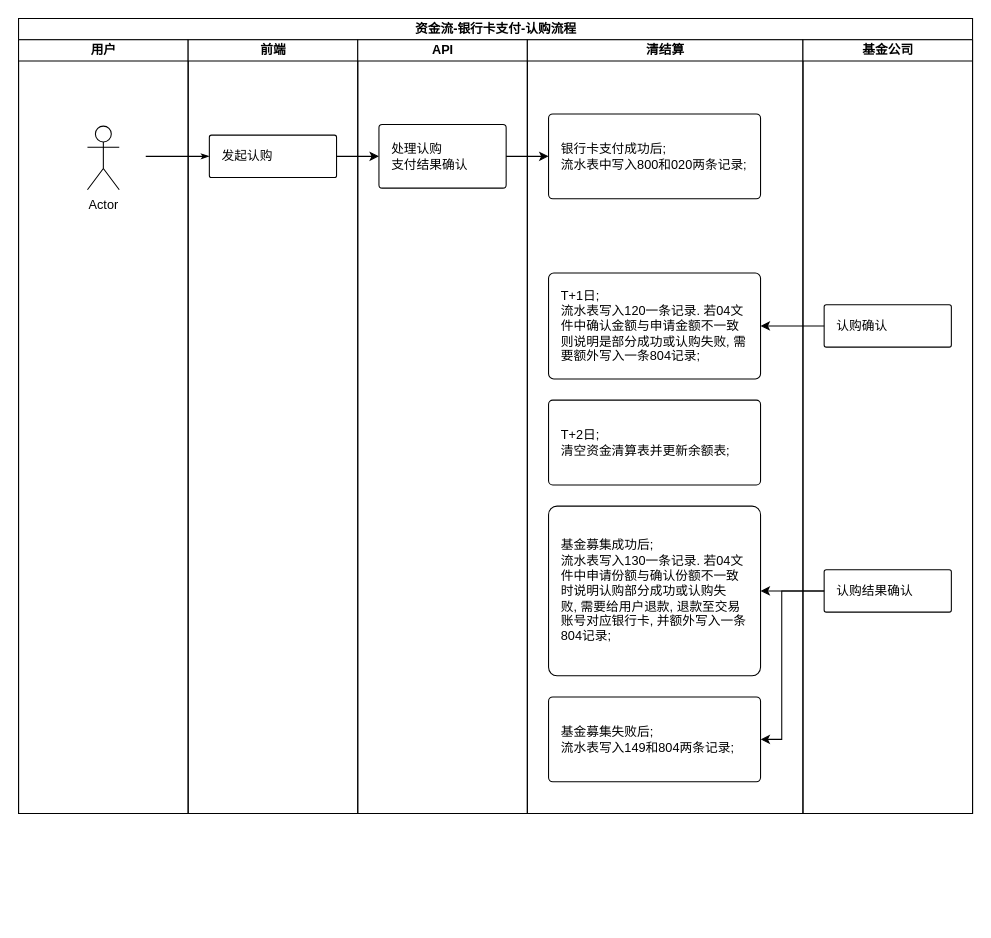
The draw.io diagram page "认购-银行卡支付" (1 of 7) of 2.drawio in xieyx/flow, before the edit. Source tidied: cells renumbered, new cells numbered last; positions are measured from the earlier drawing's top-left corner, leaving out a move shared by most shapes. Both pictures are drawn from the tidied source at 106%, with x=0, y=0 at pixel (18, 18).
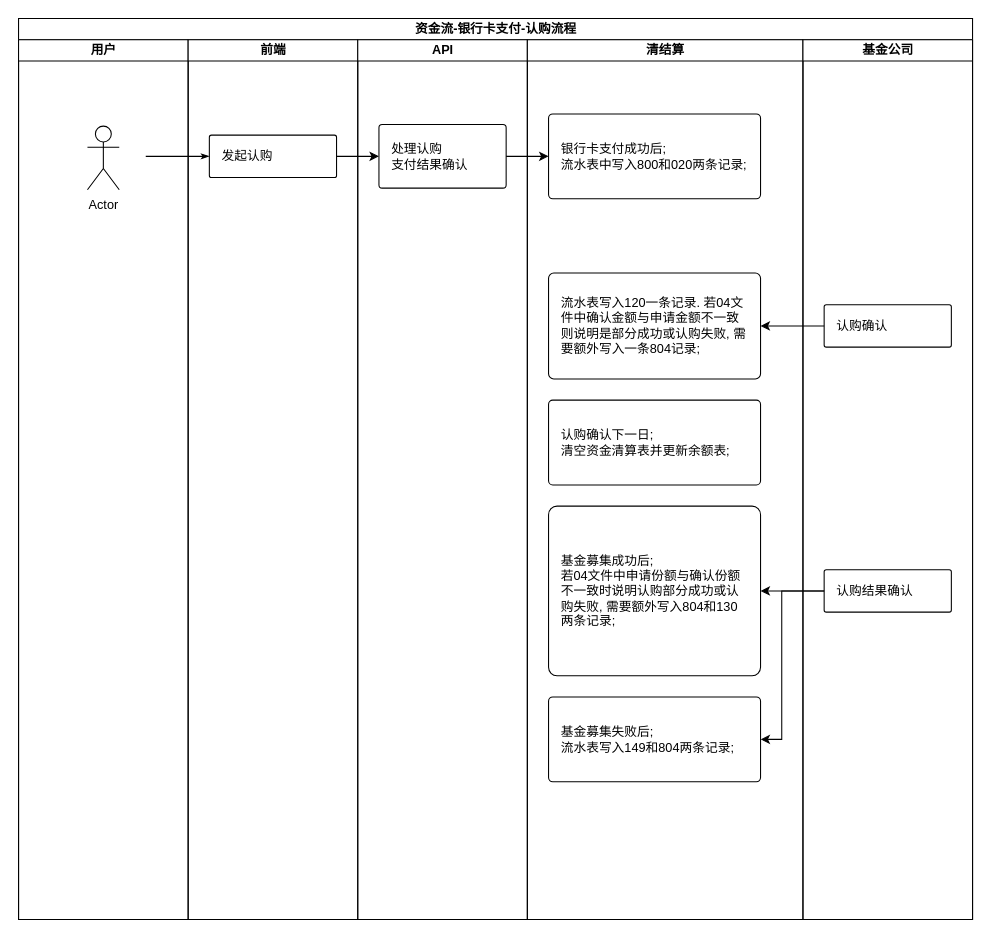
The same page after the edit.

Change to the diagram source:
```diff
@@
     <mxCell id="2" value="资金流-银行卡支付-认购流程" style="swimlane;html=1;startSize=20;rounded=0;shadow=0;labelBackgroundColor=none;strokeWidth=1;fontFamily=Helvetica;fontSize=12;align=center;" parent="1" vertex="1">
-      <mxGeometry width="900" height="750" as="geometry" />
+      <mxGeometry width="900" height="850" as="geometry" />
     </mxCell>
     <mxCell id="3" value="用户" style="swimlane;html=1;startSize=20;fontFamily=Helvetica;fontSize=12;" parent="2" vertex="1">
-      <mxGeometry y="20" width="160" height="730" as="geometry" />
+      <mxGeometry y="20" width="160" height="830" as="geometry" />
     </mxCell>
@@
     <mxCell id="5" value="前端" style="swimlane;html=1;startSize=20;fontFamily=Helvetica;fontSize=12;" parent="2" vertex="1">
-      <mxGeometry x="160" y="20" width="160" height="730" as="geometry" />
+      <mxGeometry x="160" y="20" width="160" height="830" as="geometry" />
     </mxCell>
@@
     <mxCell id="7" value="API" style="swimlane;html=1;startSize=20;fontFamily=Helvetica;fontSize=12;" parent="2" vertex="1">
-      <mxGeometry x="320" y="20" width="160" height="730" as="geometry" />
+      <mxGeometry x="320" y="20" width="160" height="830" as="geometry" />
     </mxCell>
@@
     <mxCell id="11" value="清结算" style="swimlane;html=1;startSize=20;fontFamily=Helvetica;fontSize=12;" parent="2" vertex="1">
-      <mxGeometry x="480" y="20" width="260" height="730" as="geometry" />
+      <mxGeometry x="480" y="20" width="260" height="830" as="geometry" />
     </mxCell>
@@
-    <mxCell id="13" value="&lt;span style=&quot;font-size: 12px;&quot;&gt;T+1日&lt;/span&gt;&lt;span style=&quot;font-size: 12px;&quot;&gt;;&lt;/span&gt;&lt;span style=&quot;font-size: 12px;&quot;&gt;&lt;br style=&quot;font-size: 12px;&quot;&gt;流水表写入120一条记录. 若04文件中确认金额&lt;/span&gt;&lt;span style=&quot;font-size: 12px;&quot;&gt;与申请金额&lt;span style=&quot;font-size: 12px;&quot;&gt;不一致则说明是部分成功或认购失败&lt;/span&gt;&lt;/span&gt;&lt;span style=&quot;font-size: 12px;&quot;&gt;,&lt;/span&gt;&lt;span style=&quot;font-size: 12px;&quot;&gt;&lt;span style=&quot;font-size: 12px;&quot;&gt;&amp;nbsp;需要&lt;/span&gt;&lt;/span&gt;&lt;span style=&quot;font-size: 12px;&quot;&gt;&lt;span style=&quot;font-size: 12px;&quot;&gt;额外写入一条804记录&lt;/span&gt;&lt;/span&gt;&lt;span style=&quot;font-size: 12px;&quot;&gt;;&lt;/span&gt;&lt;span style=&quot;font-size: 12px;&quot;&gt;&lt;br style=&quot;font-size: 12px;&quot;&gt;&lt;/span&gt;" style="rounded=1;whiteSpace=wrap;html=1;align=left;spacingLeft=2;spacingRight=2;spacing=10;arcSize=5;fontFamily=Helvetica;fontSize=12;" parent="11" vertex="1">
+    <mxCell id="13" value="&lt;span style=&quot;font-size: 12px&quot;&gt;流水表写入120一条记录. 若04文件中确认金额&lt;/span&gt;&lt;span style=&quot;font-size: 12px&quot;&gt;与申请金额&lt;span style=&quot;font-size: 12px&quot;&gt;不一致则说明是部分成功或认购失败&lt;/span&gt;&lt;/span&gt;&lt;span style=&quot;font-size: 12px&quot;&gt;,&lt;/span&gt;&lt;span style=&quot;font-size: 12px&quot;&gt;&lt;span style=&quot;font-size: 12px&quot;&gt;&amp;nbsp;需要&lt;/span&gt;&lt;/span&gt;&lt;span style=&quot;font-size: 12px&quot;&gt;&lt;span style=&quot;font-size: 12px&quot;&gt;额外写入一条804记录&lt;/span&gt;&lt;/span&gt;&lt;span style=&quot;font-size: 12px&quot;&gt;;&lt;/span&gt;&lt;span style=&quot;font-size: 12px&quot;&gt;&lt;br style=&quot;font-size: 12px&quot;&gt;&lt;/span&gt;" style="rounded=1;whiteSpace=wrap;html=1;align=left;spacingLeft=2;spacingRight=2;spacing=10;arcSize=5;fontFamily=Helvetica;fontSize=12;" parent="11" vertex="1">
       <mxGeometry x="20" y="220" width="200" height="100" as="geometry" />
     </mxCell>
-    <mxCell id="14" value="基金募集成功后&lt;span style=&quot;font-size: 12px;&quot;&gt;;&lt;/span&gt;&lt;br style=&quot;font-size: 12px;&quot;&gt;流水表写入130一条记录. 若04文件中申请份额与确认份额不一致时说明认购部分成功或认购失败&lt;span style=&quot;font-size: 12px;&quot;&gt;,&amp;nbsp;&lt;/span&gt;&lt;span style=&quot;font-size: 12px;&quot;&gt;需要给用户退款, 退款至交易账号对应银行卡, 并额外写入一条804记录&lt;/span&gt;&lt;span style=&quot;font-size: 12px;&quot;&gt;;&lt;/span&gt;" style="rounded=1;whiteSpace=wrap;html=1;align=left;spacingLeft=2;spacingRight=2;spacing=10;arcSize=5;fontFamily=Helvetica;fontSize=12;" parent="11" vertex="1">
+    <mxCell id="14" value="基金募集成功后&lt;span style=&quot;font-size: 12px&quot;&gt;;&lt;/span&gt;&lt;br style=&quot;font-size: 12px&quot;&gt;若04文件中申请份额与确认份额不一致时说明认购部分成功或认购失败&lt;span style=&quot;font-size: 12px&quot;&gt;,&amp;nbsp;&lt;/span&gt;&lt;span style=&quot;font-size: 12px&quot;&gt;需要额外写入804和130两条记录&lt;/span&gt;&lt;span style=&quot;font-size: 12px&quot;&gt;;&lt;/span&gt;" style="rounded=1;whiteSpace=wrap;html=1;align=left;spacingLeft=2;spacingRight=2;spacing=10;arcSize=5;fontFamily=Helvetica;fontSize=12;" parent="11" vertex="1">
       <mxGeometry x="20" y="440" width="200" height="160" as="geometry" />
     </mxCell>
@@
-    <mxCell id="16" value="T+2日;&lt;br style=&quot;font-size: 12px;&quot;&gt;清空资金清算表并更新余额表;" style="rounded=1;whiteSpace=wrap;html=1;align=left;spacingLeft=2;spacingRight=2;spacing=10;arcSize=5;fontFamily=Helvetica;fontSize=12;" parent="11" vertex="1">
+    <mxCell id="16" value="认购确认下一日;&lt;br&gt;清空资金清算表并更新余额表;" style="rounded=1;whiteSpace=wrap;html=1;align=left;spacingLeft=2;spacingRight=2;spacing=10;arcSize=5;fontFamily=Helvetica;fontSize=12;" parent="11" vertex="1">
       <mxGeometry x="20" y="340" width="200" height="80" as="geometry" />
     </mxCell>
     <mxCell id="17" value="基金公司" style="swimlane;html=1;startSize=20;fontFamily=Helvetica;fontSize=12;" parent="2" vertex="1">
-      <mxGeometry x="740" y="20" width="160" height="730" as="geometry" />
+      <mxGeometry x="740" y="20" width="160" height="830" as="geometry" />
     </mxCell>
```
